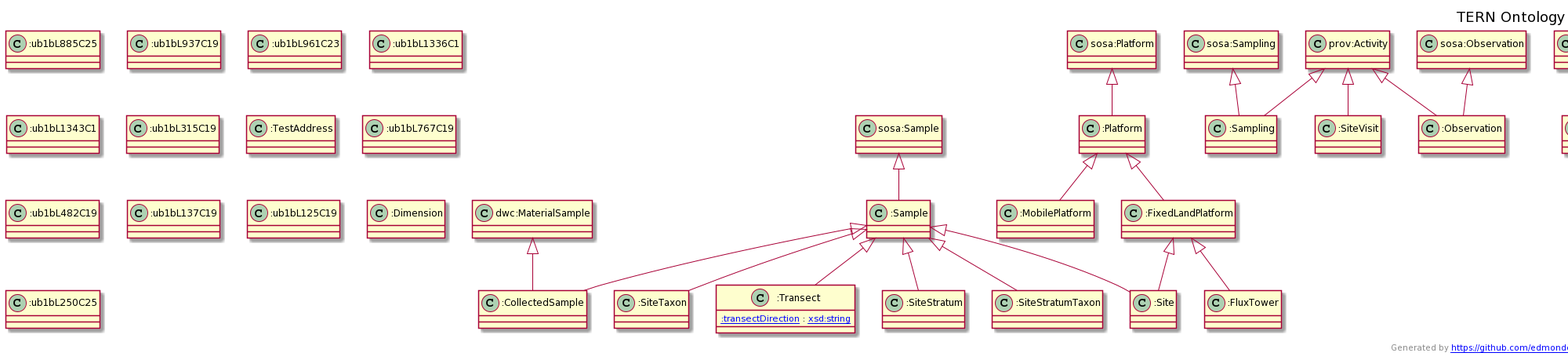
ternaustralia/ontology_tern keeps this PlantUML diagram as docs/tern.ttl.txt.png. Above is the earlier version.
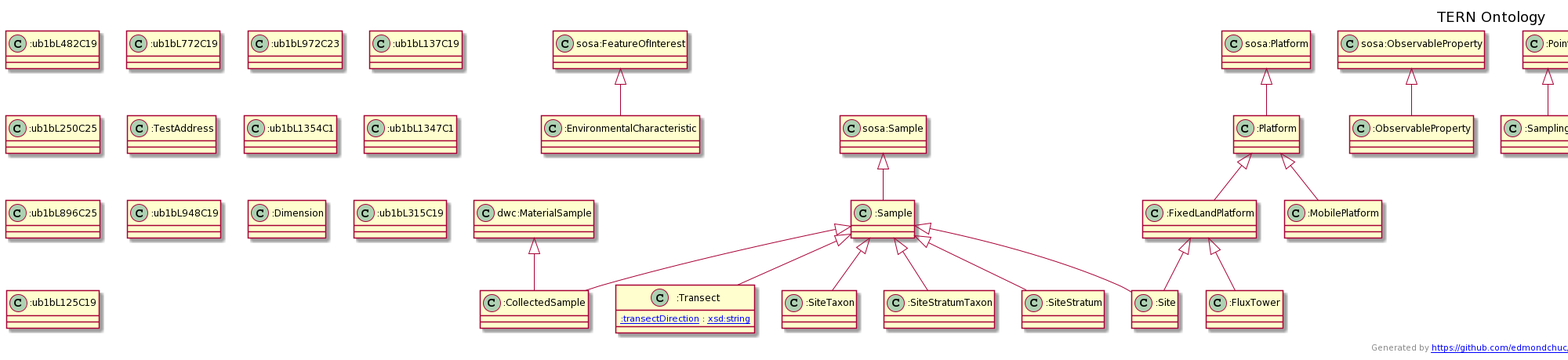
After the commit.

Commit message:
Added tern:dateCommissioned and tern:dateDecommissioned to tern:Site

The edit, as a diff of the source:
```diff
@@ -1,117 +1,117 @@
 @startuml
 title TERN Ontology
-":Platform" <|-- ":MobilePlatform"
+"sosa:FeatureOfInterest" <|-- ":EnvironmentalCharacteristic"
+":Platform" <|-- ":FixedLandPlatform"
+"sosa:ObservableProperty" <|-- ":ObservableProperty"
+":Point" <|-- ":SamplingPoint"
+"prov:Activity" <|-- ":Sampling"
 "sosa:Sampling" <|-- ":Sampling"
-"prov:Activity" <|-- ":Sampling"
-"ssn:Input" <|-- ":Input"
-":Sample" <|-- ":SiteTaxon"
+":TestAgent" <|-- ":TestPerson"
+":Sample" <|-- ":Transect"
 ":Sample" <|-- ":CollectedSample"
 "dwc:MaterialSample" <|-- ":CollectedSample"
-":Platform" <|-- ":FixedLandPlatform"
-"sosa:Procedure" <|-- ":Procedure"
-"sosa:Platform" <|-- ":Platform"
-"skos:Concept" <|-- ":Parameter"
-"sosa:Result" <|-- ":Result"
-":FixedLandPlatform" <|-- ":Site"
-":Sample" <|-- ":Site"
-":TestAgent" <|-- ":TestPerson"
-":FixedLandPlatform" <|-- ":FluxTower"
-"schema:PropertyValue" <|-- ":PropertyValue"
-":Sample" <|-- ":Transect"
-"prov:Activity" <|-- ":SiteVisit"
-"sosa:Sampler" <|-- ":Sampler"
 "sosa:Observation" <|-- ":Observation"
 "prov:Activity" <|-- ":Observation"
+"prov:Activity" <|-- ":SiteVisit"
+":FixedLandPlatform" <|-- ":FluxTower"
+"sosa:Platform" <|-- ":Platform"
+"sosa:Sampler" <|-- ":Sampler"
+":Sample" <|-- ":SiteTaxon"
+"ssn:Input" <|-- ":Input"
+"sosa:Sample" <|-- ":Sample"
+"sosa:Procedure" <|-- ":Procedure"
+"skos:Concept" <|-- ":Method"
+"sosa:Result" <|-- ":Result"
+":Platform" <|-- ":MobilePlatform"
 ":TestAgent" <|-- ":TestOrganization"
-"sosa:Sample" <|-- ":Sample"
+":Sample" <|-- ":SiteStratumTaxon"
+"skos:Concept" <|-- ":Parameter"
+"schema:PropertyValue" <|-- ":PropertyValue"
+":Sample" <|-- ":Site"
+":FixedLandPlatform" <|-- ":Site"
 ":Sample" <|-- ":SiteStratum"
-"skos:Concept" <|-- ":Method"
-":Point" <|-- ":SamplingPoint"
-"sosa:ObservableProperty" <|-- ":ObservableProperty"
-"sosa:FeatureOfInterest" <|-- ":EnvironmentalCharacteristic"
-":Sample" <|-- ":SiteStratumTaxon"
-Class ":ub1bL885C25" [[ub1bL885C25]] {
+Class ":ub1bL482C19" [[ub1bL482C19]] {
 }
-Class ":MobilePlatform" [[https://w3id.org/tern/ontologies/tern/MobilePlatform]] {
+Class ":EnvironmentalCharacteristic" [[https://w3id.org/tern/ontologies/tern/EnvironmentalCharacteristic]] {
+}
+Class ":FixedLandPlatform" [[https://w3id.org/tern/ontologies/tern/FixedLandPlatform]] {
+}
+Class ":ObservableProperty" [[https://w3id.org/tern/ontologies/tern/ObservableProperty]] {
+}
+Class ":TestAgent" [[https://w3id.org/tern/ontologies/tern/TestAgent]] {
+}
+Class ":SamplingPoint" [[https://w3id.org/tern/ontologies/tern/SamplingPoint]] {
 }
 Class ":Sampling" [[https://w3id.org/tern/ontologies/tern/Sampling]] {
 }
-Class ":Input" [[https://w3id.org/tern/ontologies/tern/Input]] {
-}
-Class "dwc:MaterialSample" [[http://rs.tdwg.org/dwc/terms/MaterialSample]] {
-}
-Class ":ub1bL937C19" [[ub1bL937C19]] {
-}
-Class ":ub1bL961C23" [[ub1bL961C23]] {
-}
-Class ":SiteTaxon" [[https://w3id.org/tern/ontologies/tern/SiteTaxon]] {
-}
-Class ":CollectedSample" [[https://w3id.org/tern/ontologies/tern/CollectedSample]] {
-}
-Class ":ub1bL1336C1" [[ub1bL1336C1]] {
-}
-Class ":FixedLandPlatform" [[https://w3id.org/tern/ontologies/tern/FixedLandPlatform]] {
-}
-Class ":ub1bL1343C1" [[ub1bL1343C1]] {
-}
-Class ":Procedure" [[https://w3id.org/tern/ontologies/tern/Procedure]] {
-}
-Class ":Platform" [[https://w3id.org/tern/ontologies/tern/Platform]] {
-}
-Class ":Parameter" [[https://w3id.org/tern/ontologies/tern/Parameter]] {
-}
-Class ":ub1bL315C19" [[ub1bL315C19]] {
-}
-Class ":Result" [[https://w3id.org/tern/ontologies/tern/Result]] {
-}
-Class ":TestAgent" [[https://w3id.org/tern/ontologies/tern/TestAgent]] {
-}
-Class ":Site" [[https://w3id.org/tern/ontologies/tern/Site]] {
-}
-Class ":TestAddress" [[https://w3id.org/tern/ontologies/tern/TestAddress]] {
-}
 Class ":TestPerson" [[https://w3id.org/tern/ontologies/tern/TestPerson]] {
-}
-Class ":FluxTower" [[https://w3id.org/tern/ontologies/tern/FluxTower]] {
-}
-Class ":PropertyValue" [[https://w3id.org/tern/ontologies/tern/PropertyValue]] {
 }
 Class ":Transect" [[https://w3id.org/tern/ontologies/tern/Transect]] {
 [[https://w3id.org/tern/ontologies/tern/transectDirection :transectDirection]] : [[http://www.w3.org/2001/XMLSchema#string xsd:string]]
 }
+Class ":CollectedSample" [[https://w3id.org/tern/ontologies/tern/CollectedSample]] {
+}
+Class ":Observation" [[https://w3id.org/tern/ontologies/tern/Observation]] {
+}
 Class ":SiteVisit" [[https://w3id.org/tern/ontologies/tern/SiteVisit]] {
 }
-Class ":ub1bL767C19" [[ub1bL767C19]] {
+Class ":ub1bL772C19" [[ub1bL772C19]] {
 }
-Class ":ub1bL482C19" [[ub1bL482C19]] {
+Class ":ub1bL972C23" [[ub1bL972C23]] {
+}
+Class ":FluxTower" [[https://w3id.org/tern/ontologies/tern/FluxTower]] {
+}
+Class ":ub1bL137C19" [[ub1bL137C19]] {
+}
+Class ":ub1bL250C25" [[ub1bL250C25]] {
+}
+Class ":Platform" [[https://w3id.org/tern/ontologies/tern/Platform]] {
 }
 Class ":Sampler" [[https://w3id.org/tern/ontologies/tern/Sampler]] {
 }
-Class ":Observation" [[https://w3id.org/tern/ontologies/tern/Observation]] {
+Class ":SiteTaxon" [[https://w3id.org/tern/ontologies/tern/SiteTaxon]] {
+}
+Class ":Input" [[https://w3id.org/tern/ontologies/tern/Input]] {
+}
+Class ":TestAddress" [[https://w3id.org/tern/ontologies/tern/TestAddress]] {
+}
+Class ":Sample" [[https://w3id.org/tern/ontologies/tern/Sample]] {
+}
+Class ":ub1bL1354C1" [[ub1bL1354C1]] {
+}
+Class ":Procedure" [[https://w3id.org/tern/ontologies/tern/Procedure]] {
+}
+Class ":ub1bL1347C1" [[ub1bL1347C1]] {
+}
+Class ":Method" [[https://w3id.org/tern/ontologies/tern/Method]] {
+}
+Class ":Result" [[https://w3id.org/tern/ontologies/tern/Result]] {
+}
+Class ":MobilePlatform" [[https://w3id.org/tern/ontologies/tern/MobilePlatform]] {
 }
 Class ":TestOrganization" [[https://w3id.org/tern/ontologies/tern/TestOrganization]] {
 }
-Class ":Sample" [[https://w3id.org/tern/ontologies/tern/Sample]] {
+Class "dwc:MaterialSample" [[http://rs.tdwg.org/dwc/terms/MaterialSample]] {
 }
-Class ":ub1bL137C19" [[ub1bL137C19]] {
+Class ":ub1bL896C25" [[ub1bL896C25]] {
+}
+Class ":ub1bL948C19" [[ub1bL948C19]] {
+}
+Class ":SiteStratumTaxon" [[https://w3id.org/tern/ontologies/tern/SiteStratumTaxon]] {
+}
+Class ":Parameter" [[https://w3id.org/tern/ontologies/tern/Parameter]] {
+}
+Class ":Dimension" [[https://w3id.org/tern/ontologies/tern/Dimension]] {
+}
+Class ":PropertyValue" [[https://w3id.org/tern/ontologies/tern/PropertyValue]] {
+}
+Class ":ub1bL315C19" [[ub1bL315C19]] {
 }
 Class ":ub1bL125C19" [[ub1bL125C19]] {
 }
-Class ":Dimension" [[https://w3id.org/tern/ontologies/tern/Dimension]] {
+Class ":Site" [[https://w3id.org/tern/ontologies/tern/Site]] {
 }
 Class ":SiteStratum" [[https://w3id.org/tern/ontologies/tern/SiteStratum]] {
-}
-Class ":Method" [[https://w3id.org/tern/ontologies/tern/Method]] {
-}
-Class ":ub1bL250C25" [[ub1bL250C25]] {
-}
-Class ":SamplingPoint" [[https://w3id.org/tern/ontologies/tern/SamplingPoint]] {
-}
-Class ":ObservableProperty" [[https://w3id.org/tern/ontologies/tern/ObservableProperty]] {
-}
-Class ":EnvironmentalCharacteristic" [[https://w3id.org/tern/ontologies/tern/EnvironmentalCharacteristic]] {
-}
-Class ":SiteStratumTaxon" [[https://w3id.org/tern/ontologies/tern/SiteStratumTaxon]] {
 }
 header
 Creator: Edmond Chuc (e.chuc@uq.edu.au)
```
